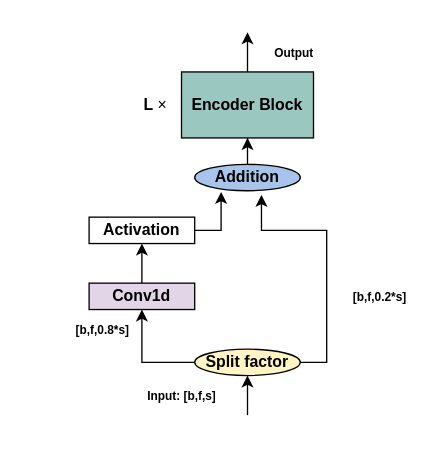
Before: paper/Diagrams/StructureDiagram.drawio in Friedforks/EE-v2, a draw.io diagram. Source tidied: cells renumbered, new cells numbered last; positions are measured from the earlier drawing's top-left corner, leaving out a move shared by most shapes. Both pictures are drawn from the tidied source at 132%, with x=0, y=0 at pixel (62, 32).
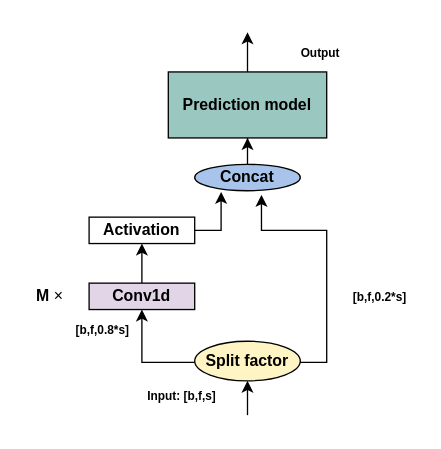
The same page after the edit.

Change to the diagram source:
```diff
@@
-    <mxCell id="5" value="Encoder Block" style="rounded=0;whiteSpace=wrap;html=1;fillColor=#9AC7BF;fontStyle=1;" parent="1" vertex="1">
-      <mxGeometry x="90" y="30" width="100" height="50" as="geometry" />
+    <mxCell id="5" value="Prediction model" style="rounded=0;whiteSpace=wrap;html=1;fillColor=#9AC7BF;fontStyle=1;" parent="1" vertex="1">
+      <mxGeometry x="80" y="30" width="120" height="50" as="geometry" />
     </mxCell>
@@
-    <mxCell id="9" value="&lt;b&gt;Addition&lt;/b&gt;" style="ellipse;whiteSpace=wrap;html=1;fillColor=#A9C4EB;" parent="1" vertex="1">
+    <mxCell id="9" value="&lt;b&gt;Concat&lt;/b&gt;" style="ellipse;whiteSpace=wrap;html=1;fillColor=#A9C4EB;" parent="1" vertex="1">
       <mxGeometry x="100" y="100" width="80" height="20" as="geometry" />
     </mxCell>
@@
     <mxCell id="15" value="&lt;font style=&quot;font-size: 12px;&quot;&gt;&lt;b style=&quot;&quot;&gt;Split factor&lt;/b&gt;&lt;/font&gt;" style="ellipse;whiteSpace=wrap;html=1;fillColor=#FFF4C3;" parent="1" vertex="1">
-      <mxGeometry x="100" y="240" width="80" height="20" as="geometry" />
+      <mxGeometry x="100" y="234" width="80" height="30" as="geometry" />
     </mxCell>
@@
-    <mxCell id="17" value="&lt;b&gt;L&lt;/b&gt;&amp;nbsp;×" style="text;html=1;align=center;verticalAlign=middle;strokeColor=none;fillColor=none;" parent="1" vertex="1">
-      <mxGeometry x="50" y="40" width="40" height="30" as="geometry" />
-    </mxCell>
     <mxCell id="18" value="&lt;font style=&quot;font-size: 9px;&quot;&gt;Output&lt;/font&gt;" style="text;html=1;align=center;verticalAlign=middle;strokeColor=none;fillColor=none;fontStyle=1;" parent="1" vertex="1">
-      <mxGeometry x="150" width="50" height="30" as="geometry" />
+      <mxGeometry x="170" width="50" height="30" as="geometry" />
     </mxCell>
+    <mxCell id="19" value="&lt;b&gt;M&amp;nbsp;&lt;/b&gt;×" style="text;html=1;align=center;verticalAlign=middle;strokeColor=none;fillColor=none;" parent="1" vertex="1">
+      <mxGeometry x="-30" y="185" width="40" height="30" as="geometry" />
+    </mxCell>
```
